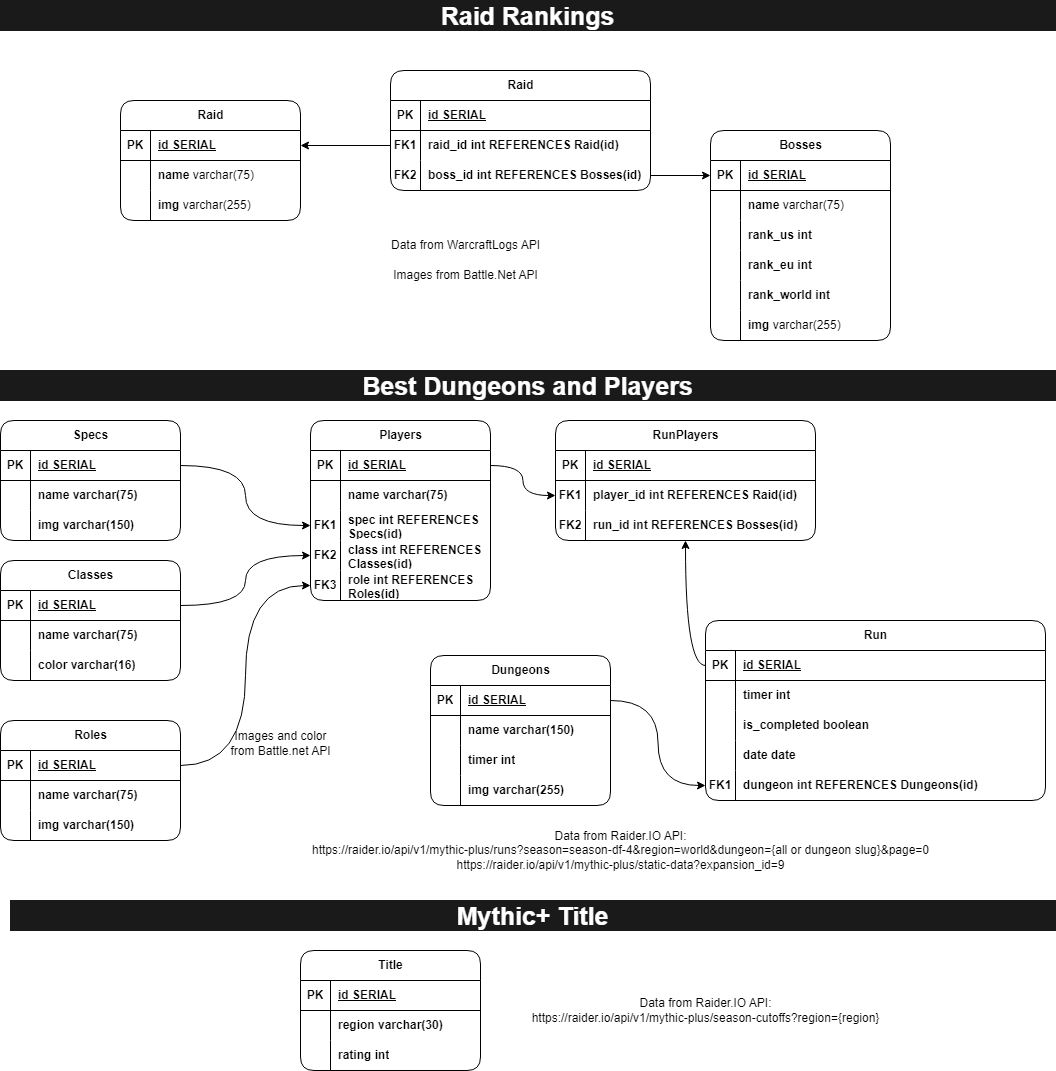
The draw.io diagram assets/entities-relationship.drawio.png in equix1/wow-info, before a commit. Source tidied: cells renumbered, new cells last; positions are measured from the earlier drawing's top-left corner, leaving out a move shared by most shapes.
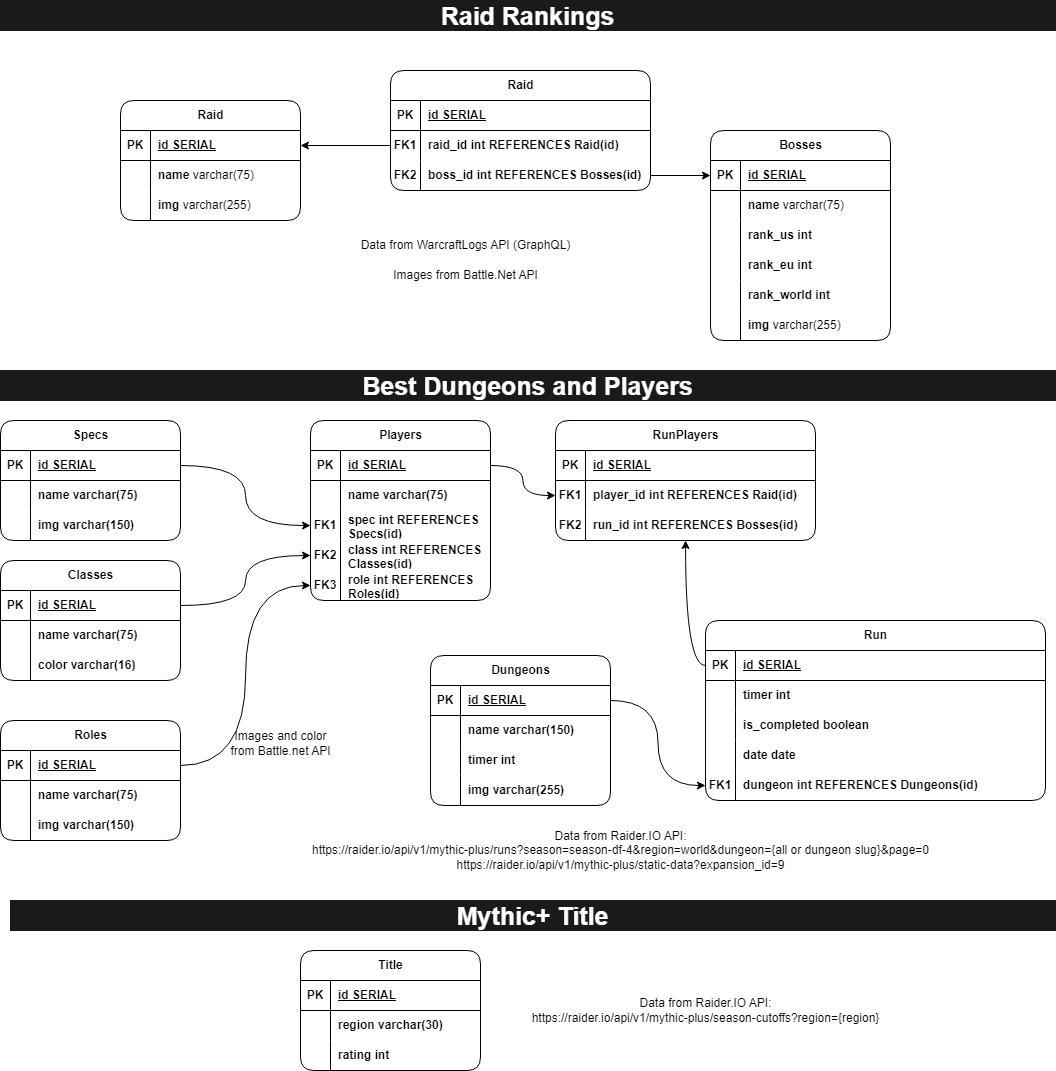
The same file after the commit.

What changed in the source:
```diff
@@ -440,8 +440,8 @@
     <mxCell id="147" value="Data from Raider.IO API:&lt;br&gt;https://raider.io/api/v1/mythic-plus/season-cutoffs?region={region}" style="text;html=1;align=center;verticalAlign=middle;strokeColor=none;fillColor=none;" parent="1" vertex="1">
       <mxGeometry x="520" y="990" width="370" height="40" as="geometry" />
     </mxCell>
-    <mxCell id="148" value="Data from WarcraftLogs API" style="text;html=1;align=center;verticalAlign=middle;strokeColor=none;fillColor=none;" parent="1" vertex="1">
-      <mxGeometry x="380" y="230" width="170" height="30" as="geometry" />
+    <mxCell id="148" value="Data from WarcraftLogs API (GraphQL)" style="text;html=1;align=center;verticalAlign=middle;strokeColor=none;fillColor=none;" parent="1" vertex="1">
+      <mxGeometry x="350" y="230" width="230" height="30" as="geometry" />
     </mxCell>
     <mxCell id="149" value="Data from Raider.IO API:&lt;div&gt;https://raider.io/api/v1/mythic-plus/runs?season=season-df-4&amp;amp;region=world&amp;amp;dungeon={all or dungeon slug}&amp;amp;page=0&lt;br&gt;&lt;/div&gt;&lt;div&gt;https://raider.io/api/v1/mythic-plus/static-data?expansion_id=9&lt;br&gt;&lt;/div&gt;" style="text;html=1;align=center;verticalAlign=middle;strokeColor=none;fillColor=none;" parent="1" vertex="1">
       <mxGeometry x="300" y="820" width="640" height="60" as="geometry" />
```
